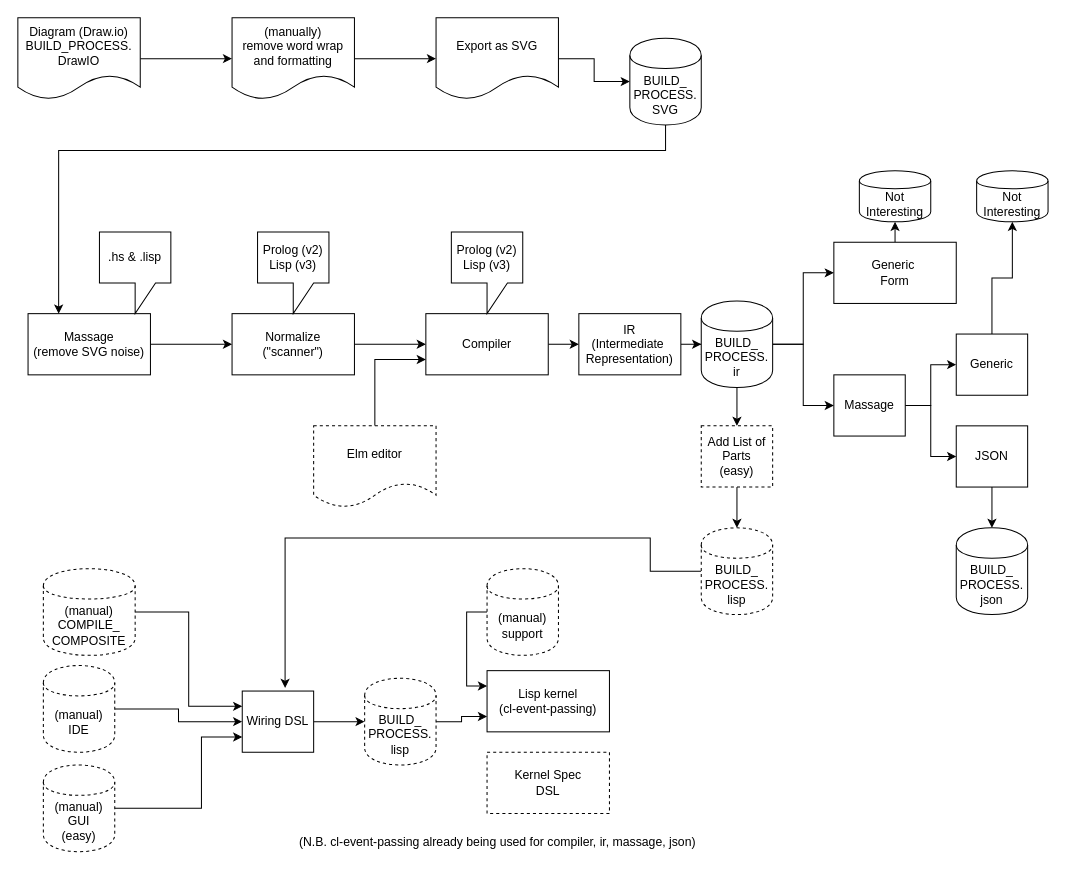
bmfbp/bmfbp keeps this draw.io diagram as svg/cl-compiler/doc/workflow-20200218.drawio. Above is the earlier version. Source tidied: cells renumbered, new cells numbered last; positions are measured from the earlier drawing's top-left corner, leaving out a move shared by most shapes. Both pictures are drawn from the tidied source at 102%, with x=0, y=0 at pixel (17, 17).
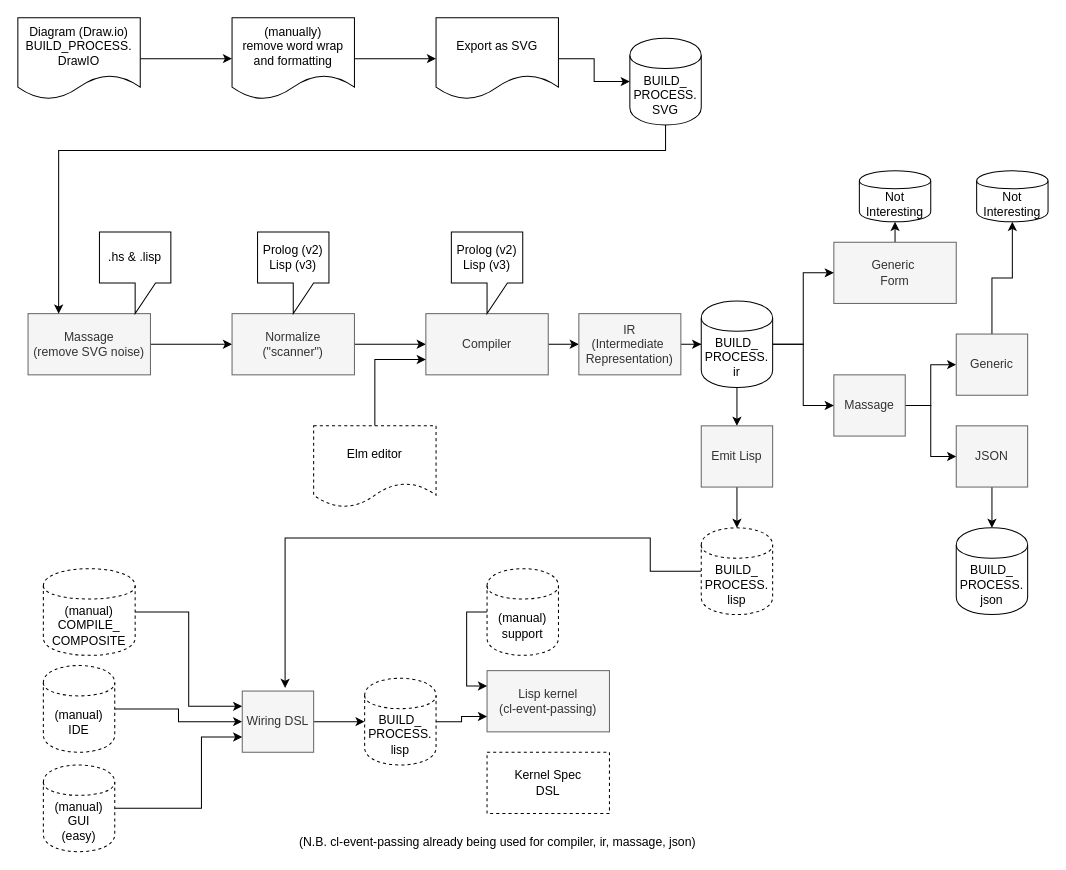
The same diagram, later.

Commit message (it also covers changes not shown here):
lisp emitter hacks

Diff of the diagram source:
```diff
@@
-    <mxCell id="9" value="Massage&lt;br&gt;(remove SVG noise)" style="rounded=0;whiteSpace=wrap;html=1;" parent="1" vertex="1">
+    <mxCell id="9" value="Massage&lt;br&gt;(remove SVG noise)" style="rounded=0;whiteSpace=wrap;html=1;fillColor=#f5f5f5;strokeColor=#666666;fontColor=#333333;" parent="1" vertex="1">
       <mxGeometry x="10" y="290" width="120" height="60" as="geometry" />
     </mxCell>
@@
-    <mxCell id="11" value="Normalize&lt;br&gt;(&quot;scanner&quot;)" style="rounded=0;whiteSpace=wrap;html=1;" parent="1" vertex="1">
+    <mxCell id="11" value="Normalize&lt;br&gt;(&quot;scanner&quot;)" style="rounded=0;whiteSpace=wrap;html=1;fillColor=#f5f5f5;strokeColor=#666666;fontColor=#333333;" parent="1" vertex="1">
       <mxGeometry x="210" y="290" width="120" height="60" as="geometry" />
     </mxCell>
@@
-    <mxCell id="14" value="Compiler" style="rounded=0;whiteSpace=wrap;html=1;" parent="1" vertex="1">
+    <mxCell id="14" value="Compiler" style="rounded=0;whiteSpace=wrap;html=1;fillColor=#f5f5f5;strokeColor=#666666;fontColor=#333333;" parent="1" vertex="1">
       <mxGeometry x="400" y="290" width="120" height="60" as="geometry" />
     </mxCell>
@@
-    <mxCell id="18" value="IR&lt;br&gt;(Intermediate&amp;nbsp;&lt;br&gt;Representation)" style="rounded=0;whiteSpace=wrap;html=1;" parent="1" vertex="1">
+    <mxCell id="18" value="IR&lt;br&gt;(Intermediate&amp;nbsp;&lt;br&gt;Representation)" style="rounded=0;whiteSpace=wrap;html=1;fillColor=#f5f5f5;strokeColor=#666666;fontColor=#333333;" parent="1" vertex="1">
       <mxGeometry x="550" y="290" width="100" height="60" as="geometry" />
     </mxCell>
@@
-    <mxCell id="23" value="Massage" style="rounded=0;whiteSpace=wrap;html=1;" parent="1" vertex="1">
+    <mxCell id="23" value="Massage" style="rounded=0;whiteSpace=wrap;html=1;fillColor=#f5f5f5;strokeColor=#666666;fontColor=#333333;" parent="1" vertex="1">
       <mxGeometry x="800" y="350" width="70" height="60" as="geometry" />
     </mxCell>
@@
-    <mxCell id="25" value="Generic&amp;nbsp;&lt;br&gt;Form" style="rounded=0;whiteSpace=wrap;html=1;" parent="1" vertex="1">
+    <mxCell id="25" value="Generic&amp;nbsp;&lt;br&gt;Form" style="rounded=0;whiteSpace=wrap;html=1;fillColor=#f5f5f5;strokeColor=#666666;fontColor=#333333;" parent="1" vertex="1">
       <mxGeometry x="800" y="220" width="120" height="60" as="geometry" />
     </mxCell>
@@
-    <mxCell id="27" value="Generic" style="rounded=0;whiteSpace=wrap;html=1;" parent="1" vertex="1">
+    <mxCell id="27" value="Generic" style="rounded=0;whiteSpace=wrap;html=1;fillColor=#f5f5f5;strokeColor=#666666;fontColor=#333333;" parent="1" vertex="1">
       <mxGeometry x="920" y="310" width="70" height="60" as="geometry" />
     </mxCell>
@@
-    <mxCell id="29" value="JSON" style="rounded=0;whiteSpace=wrap;html=1;" parent="1" vertex="1">
+    <mxCell id="29" value="JSON" style="rounded=0;whiteSpace=wrap;html=1;fillColor=#f5f5f5;strokeColor=#666666;fontColor=#333333;" parent="1" vertex="1">
       <mxGeometry x="920" y="400" width="70" height="60" as="geometry" />
     </mxCell>
@@
-    <mxCell id="40" value="Add List of&lt;br&gt;Parts&lt;br&gt;(easy)" style="rounded=0;whiteSpace=wrap;html=1;dashed=1;" parent="1" vertex="1">
+    <mxCell id="40" value="Emit Lisp" style="rounded=0;whiteSpace=wrap;html=1;fillColor=#f5f5f5;strokeColor=#666666;fontColor=#333333;" parent="1" vertex="1">
       <mxGeometry x="670" y="400" width="70" height="60" as="geometry" />
     </mxCell>
@@
-    <mxCell id="43" value="Lisp kernel&lt;br&gt;(cl-event-passing)" style="rounded=0;whiteSpace=wrap;html=1;" parent="1" vertex="1">
+    <mxCell id="43" value="Lisp kernel&lt;br&gt;(cl-event-passing)" style="rounded=0;whiteSpace=wrap;html=1;fillColor=#f5f5f5;strokeColor=#666666;fontColor=#333333;" parent="1" vertex="1">
       <mxGeometry x="460" y="640" width="120" height="60" as="geometry" />
     </mxCell>
@@
-    <mxCell id="56" value="Wiring DSL" style="rounded=0;whiteSpace=wrap;html=1;" parent="1" vertex="1">
+    <mxCell id="56" value="Wiring DSL" style="rounded=0;whiteSpace=wrap;html=1;fillColor=#f5f5f5;strokeColor=#666666;fontColor=#333333;" parent="1" vertex="1">
       <mxGeometry x="220" y="660" width="70" height="60" as="geometry" />
     </mxCell>
```
